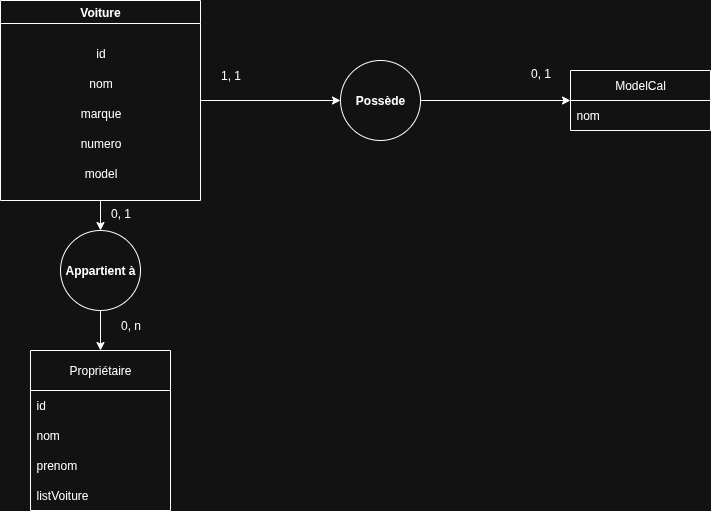
Above: src/CarShow/MCD/MCD.drawio.png in ItokianaIZ07/gestion-voiture (draw.io), before the change. Source tidied: cells renumbered, new cells last; positions are measured from the earlier drawing's top-left corner, leaving out a move shared by most shapes.
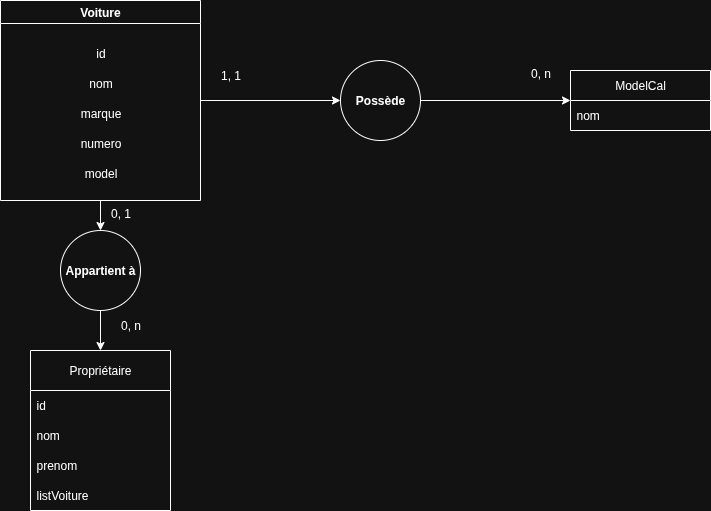
Above is the later version.

Change to the diagram source:
```diff
@@ -68,7 +68,7 @@
     <mxCell id="23" value="1, 1" style="text;html=1;align=center;verticalAlign=middle;strokeColor=none;fillColor=none;" parent="1" vertex="1">
       <mxGeometry x="210" y="60" width="40" height="30" as="geometry" />
     </mxCell>
-    <mxCell id="24" value="0, 1" style="text;html=1;align=center;verticalAlign=middle;strokeColor=none;fillColor=none;" parent="1" vertex="1">
+    <mxCell id="24" value="0, n" style="text;html=1;align=center;verticalAlign=middle;strokeColor=none;fillColor=none;" parent="1" vertex="1">
       <mxGeometry x="520" y="58" width="40" height="30" as="geometry" />
     </mxCell>
   </root>
```
